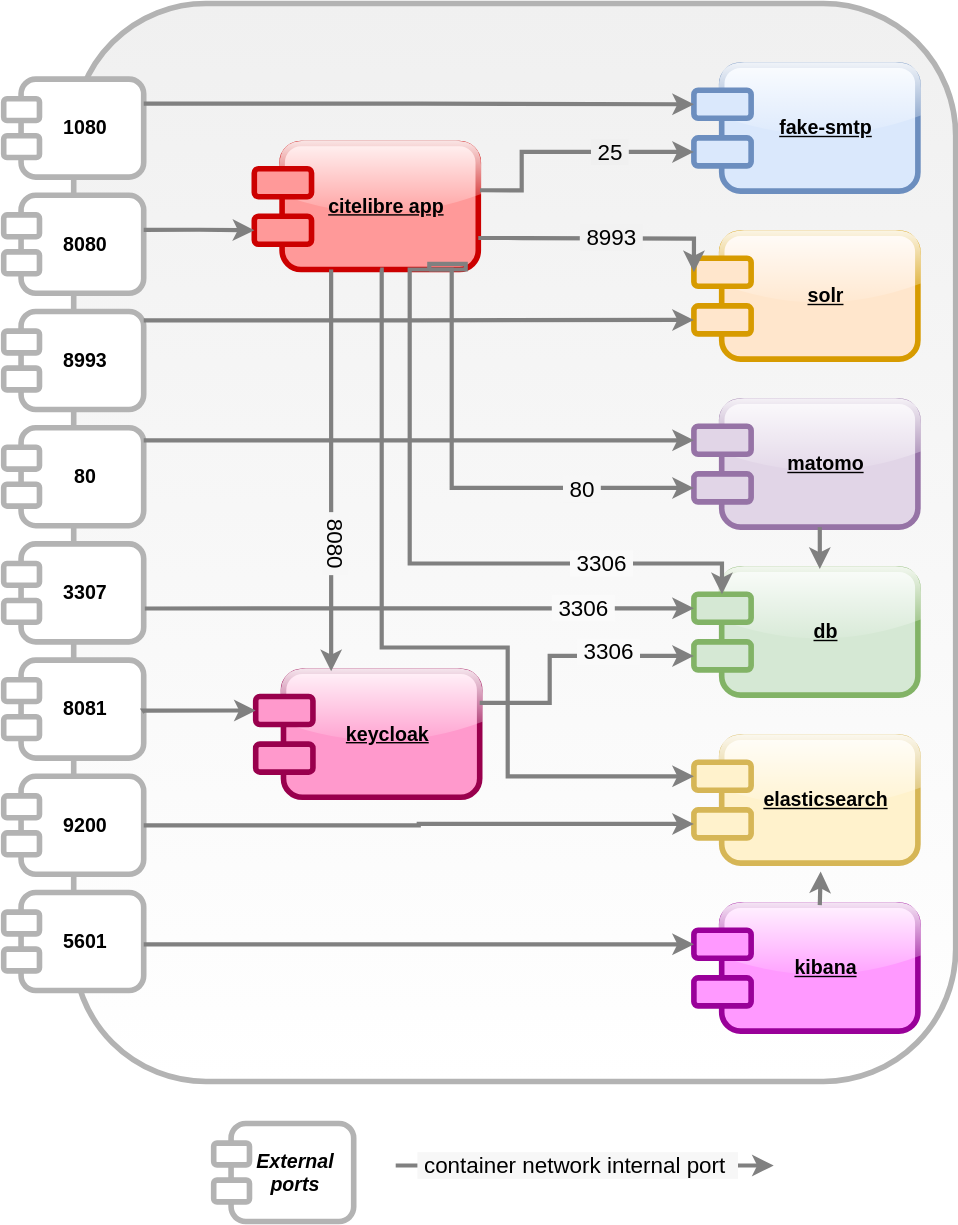
The draw.io diagram utils/CiteLibre-rendezvous-docker.svg in citelibre/RendezVous, before a commit. Source tidied: cells renumbered, new cells last; positions are measured from the earlier drawing's top-left corner, leaving out a move shared by most shapes.
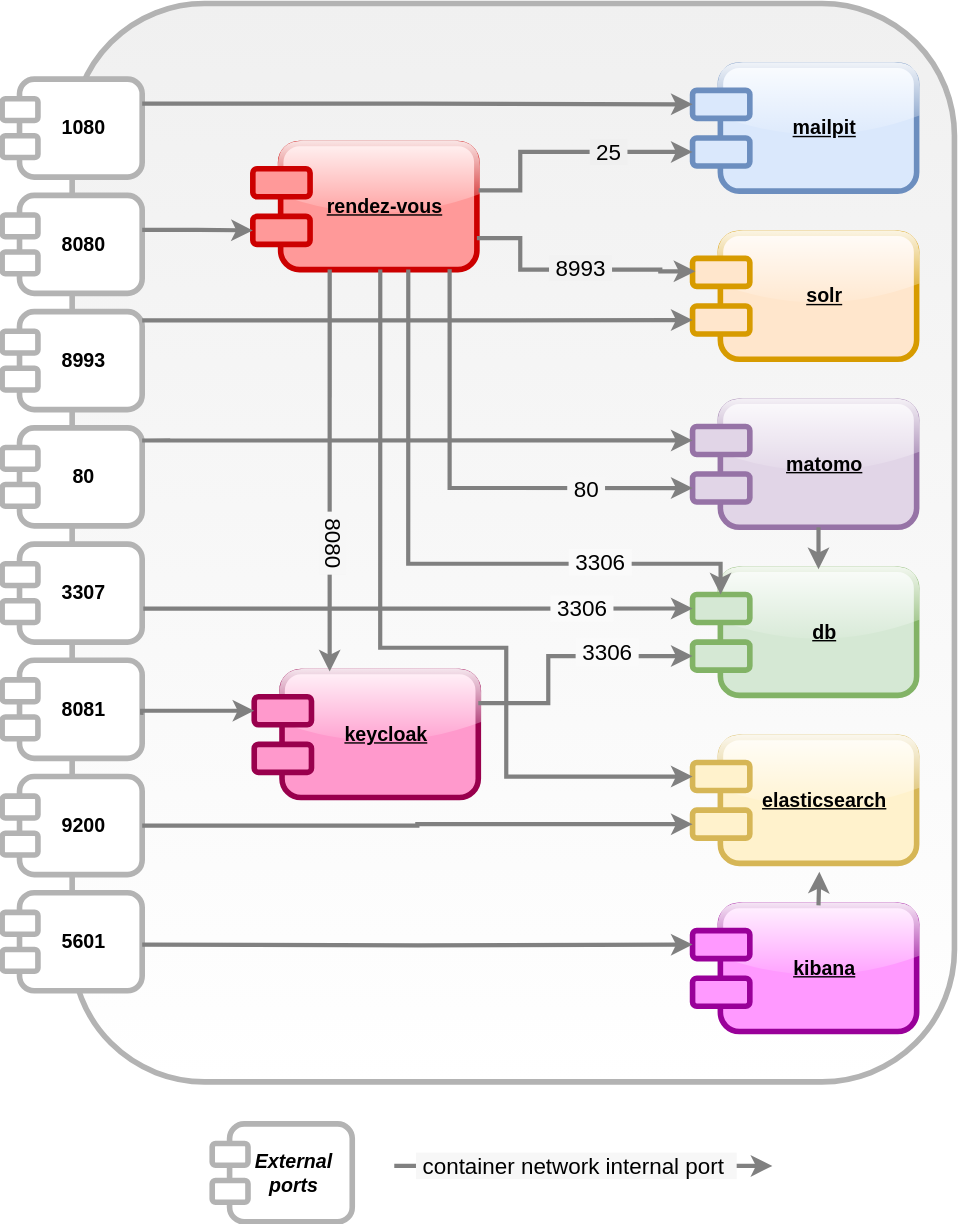
Above is the later version.

Commit message:
moved make util and updated the diagram

The edit, as a diff of the source:
```diff
@@ -17,7 +17,7 @@
     <mxCell id="6" style="rounded=1;whiteSpace=wrap;html=1;shadow=0;comic=0;sketch=0;fontSize=13;strokeColor=#6c8ebf;strokeWidth=4;fillColor=#dae8fc;" parent="3" vertex="1">
       <mxGeometry y="52" width="40.9" height="20" as="geometry" />
     </mxCell>
-    <mxCell id="7" value="&lt;b style=&quot;font-size: 14px;&quot;&gt;fake-smtp&lt;/b&gt;" style="text;html=1;strokeColor=none;fillColor=none;align=center;verticalAlign=middle;whiteSpace=wrap;rounded=0;shadow=0;comic=0;sketch=0;fontSize=14;fontStyle=4;" parent="3" vertex="1">
+    <mxCell id="7" value="&lt;b&gt;mailpit&lt;/b&gt;" style="text;html=1;strokeColor=none;fillColor=none;align=center;verticalAlign=middle;whiteSpace=wrap;rounded=0;shadow=0;comic=0;sketch=0;fontSize=14;fontStyle=4;" parent="3" vertex="1">
       <mxGeometry x="46.7" y="30" width="94.6" height="30" as="geometry" />
     </mxCell>
     <mxCell id="8" style="group;fontStyle=1;" parent="1" vertex="1">
@@ -227,7 +227,7 @@
     <mxCell id="76" style="rounded=1;whiteSpace=wrap;html=1;shadow=0;comic=0;sketch=0;fontSize=13;strokeColor=#CC0000;strokeWidth=4;fillColor=#FF9999;gradientColor=none;glass=0;" parent="73" vertex="1">
       <mxGeometry y="52" width="40.9" height="20" as="geometry" />
     </mxCell>
-    <mxCell id="77" value="citelibre app" style="text;html=1;strokeColor=none;fillColor=none;align=center;verticalAlign=middle;whiteSpace=wrap;rounded=0;shadow=0;comic=0;sketch=0;fontSize=14;fontStyle=5;" parent="73" vertex="1">
+    <mxCell id="77" value="rendez-vous" style="text;html=1;strokeColor=none;fillColor=none;align=center;verticalAlign=middle;whiteSpace=wrap;rounded=0;shadow=0;comic=0;sketch=0;fontSize=14;fontStyle=5;" parent="73" vertex="1">
       <mxGeometry x="46.7" y="30" width="94.6" height="30" as="geometry" />
     </mxCell>
     <mxCell id="78" style="edgeStyle=orthogonalEdgeStyle;rounded=0;jettySize=auto;html=1;exitX=1;exitY=0.25;exitDx=0;exitDy=0;entryX=0;entryY=0.5;entryDx=0;entryDy=0;fontSize=14;strokeWidth=3;strokeColor=#808080;" parent="1" edge="1" source="24" target="5">
@@ -246,11 +246,13 @@
         <mxPoint x="12" y="-1" as="offset" />
       </mxGeometry>
     </mxCell>
-    <mxCell id="81" style="edgeStyle=orthogonalEdgeStyle;rounded=0;jettySize=auto;html=1;exitX=1;exitY=0.75;exitDx=0;exitDy=0;entryX=0;entryY=0.5;entryDx=0;entryDy=0;fontSize=14;strokeColor=#808080;strokeWidth=3;" parent="1" edge="1" source="74" target="10">
+    <mxCell id="81" style="edgeStyle=orthogonalEdgeStyle;rounded=0;jettySize=auto;html=1;exitX=1;exitY=0.75;exitDx=0;exitDy=0;entryX=0.048;entryY=0.463;entryDx=0;entryDy=0;fontSize=14;strokeColor=#808080;strokeWidth=3;entryPerimeter=0;" parent="1" edge="1" source="74" target="10">
       <mxGeometry relative="1" as="geometry">
         <Array as="points">
           <mxPoint x="370" y="168" />
-          <mxPoint x="493" y="168" />
+          <mxPoint x="370" y="190" />
+          <mxPoint x="470" y="190" />
+          <mxPoint x="470" y="191" />
         </Array>
       </mxGeometry>
     </mxCell>
@@ -281,10 +283,9 @@
         <mxPoint x="54" y="-1" as="offset" />
       </mxGeometry>
     </mxCell>
-    <mxCell id="88" style="edgeStyle=orthogonalEdgeStyle;rounded=0;jettySize=auto;html=1;exitX=0.75;exitY=1;exitDx=0;exitDy=0;entryX=0;entryY=0.5;entryDx=0;entryDy=0;fontSize=14;strokeColor=#808080;strokeWidth=3;" parent="1" edge="1" source="74" target="16">
+    <mxCell id="88" style="edgeStyle=orthogonalEdgeStyle;rounded=0;jettySize=auto;html=1;exitX=0.861;exitY=0.998;exitDx=0;exitDy=0;entryX=0;entryY=0.5;entryDx=0;entryDy=0;fontSize=14;strokeColor=#808080;strokeWidth=3;exitPerimeter=0;" parent="1" edge="1" source="74" target="16">
       <mxGeometry relative="1" as="geometry">
         <Array as="points">
-          <mxPoint x="320" y="190" />
           <mxPoint x="320" y="346" />
         </Array>
       </mxGeometry>
@@ -336,8 +337,9 @@
         <mxPoint x="100" y="672" as="sourcePoint" />
       </mxGeometry>
     </mxCell>
-    <mxCell id="100" style="edgeStyle=orthogonalEdgeStyle;rounded=0;jettySize=auto;html=1;exitX=0.5;exitY=1;exitDx=0;exitDy=0;entryX=0;entryY=0.5;entryDx=0;entryDy=0;fontFamily=Helvetica;fontSize=16;fontColor=default;endArrow=classic;endFill=1;strokeColor=#808080;strokeWidth=3;" parent="1" edge="1" source="74" target="65">
+    <mxCell id="100" style="edgeStyle=orthogonalEdgeStyle;rounded=0;jettySize=auto;html=1;entryX=0;entryY=0.5;entryDx=0;entryDy=0;fontFamily=Helvetica;fontSize=16;fontColor=default;endArrow=classic;endFill=1;strokeColor=#808080;strokeWidth=3;" parent="1" edge="1" target="65">
       <mxGeometry relative="1" as="geometry">
+        <mxPoint x="270" y="190" as="sourcePoint" />
         <Array as="points">
           <mxPoint x="270" y="460" />
           <mxPoint x="360" y="460" />
@@ -396,12 +398,10 @@
         <mxPoint x="-2" y="-2" as="offset" />
       </mxGeometry>
     </mxCell>
-    <mxCell id="112" style="edgeStyle=orthogonalEdgeStyle;rounded=0;jettySize=auto;html=1;exitX=0.75;exitY=1;exitDx=0;exitDy=0;fontFamily=Helvetica;fontSize=16;fontColor=default;startArrow=none;startFill=0;endArrow=classic;endFill=1;strokeColor=#808080;strokeWidth=3;" parent="1" edge="1" source="74" target="20">
+    <mxCell id="112" style="edgeStyle=orthogonalEdgeStyle;rounded=0;jettySize=auto;html=1;fontFamily=Helvetica;fontSize=16;fontColor=default;startArrow=none;startFill=0;endArrow=classic;endFill=1;strokeColor=#808080;strokeWidth=3;" parent="1" edge="1" target="20">
       <mxGeometry relative="1" as="geometry">
+        <mxPoint x="290" y="190" as="sourcePoint" />
         <Array as="points">
-          <mxPoint x="304" y="186" />
-          <mxPoint x="330" y="186" />
-          <mxPoint x="330" y="190" />
           <mxPoint x="290" y="190" />
           <mxPoint x="290" y="400" />
           <mxPoint x="513" y="400" />
```
